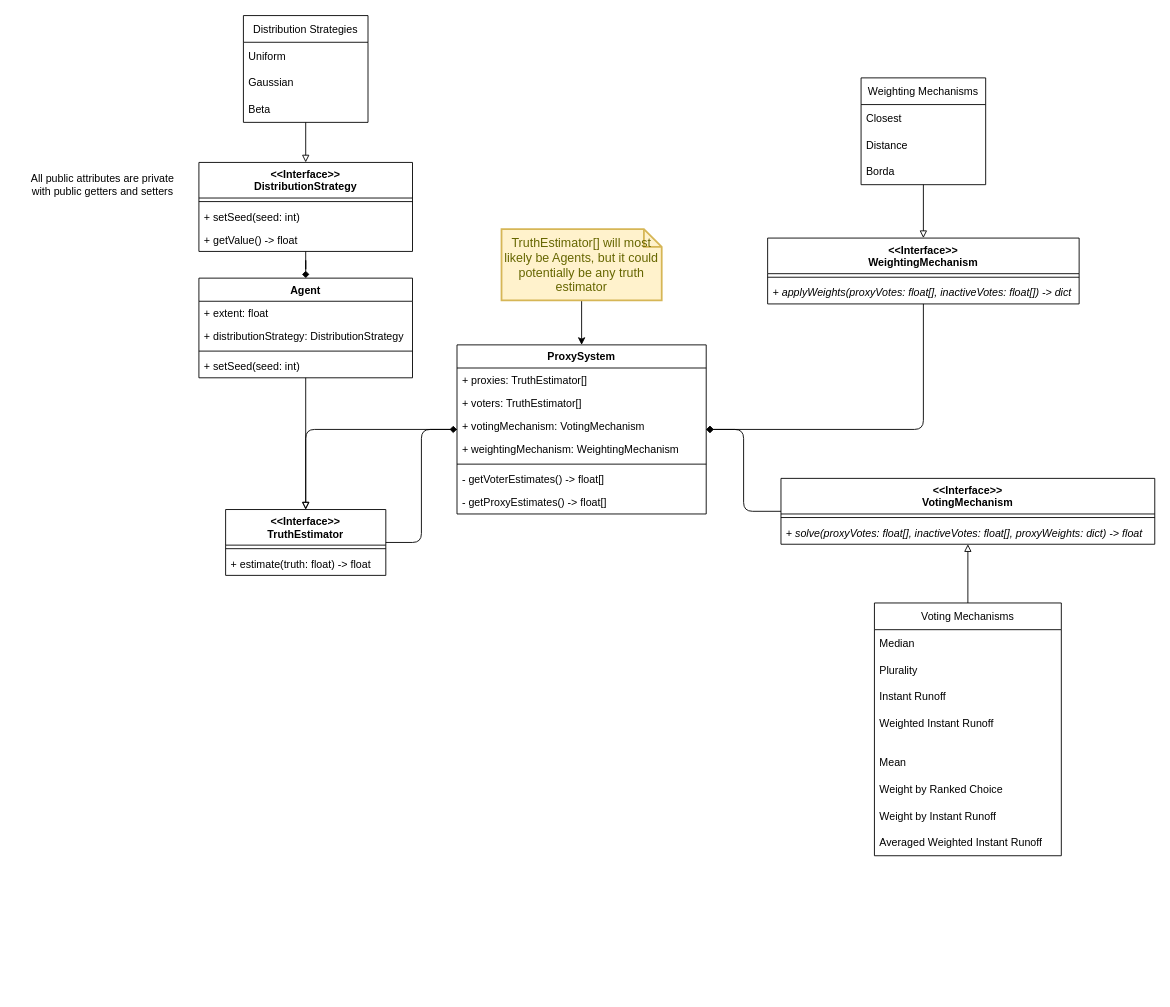
Above: content/figures/ProxyVotingSystem.drawio in TheMikeste1/Proxy-Voting-Coordination-Mechanisms (draw.io), before the change. Source tidied: cells renumbered, new cells numbered last; positions are measured from the earlier drawing's top-left corner, leaving out a move shared by most shapes. Both pictures are drawn from the tidied source at 89%, with x=0, y=0 at pixel (24, 15).
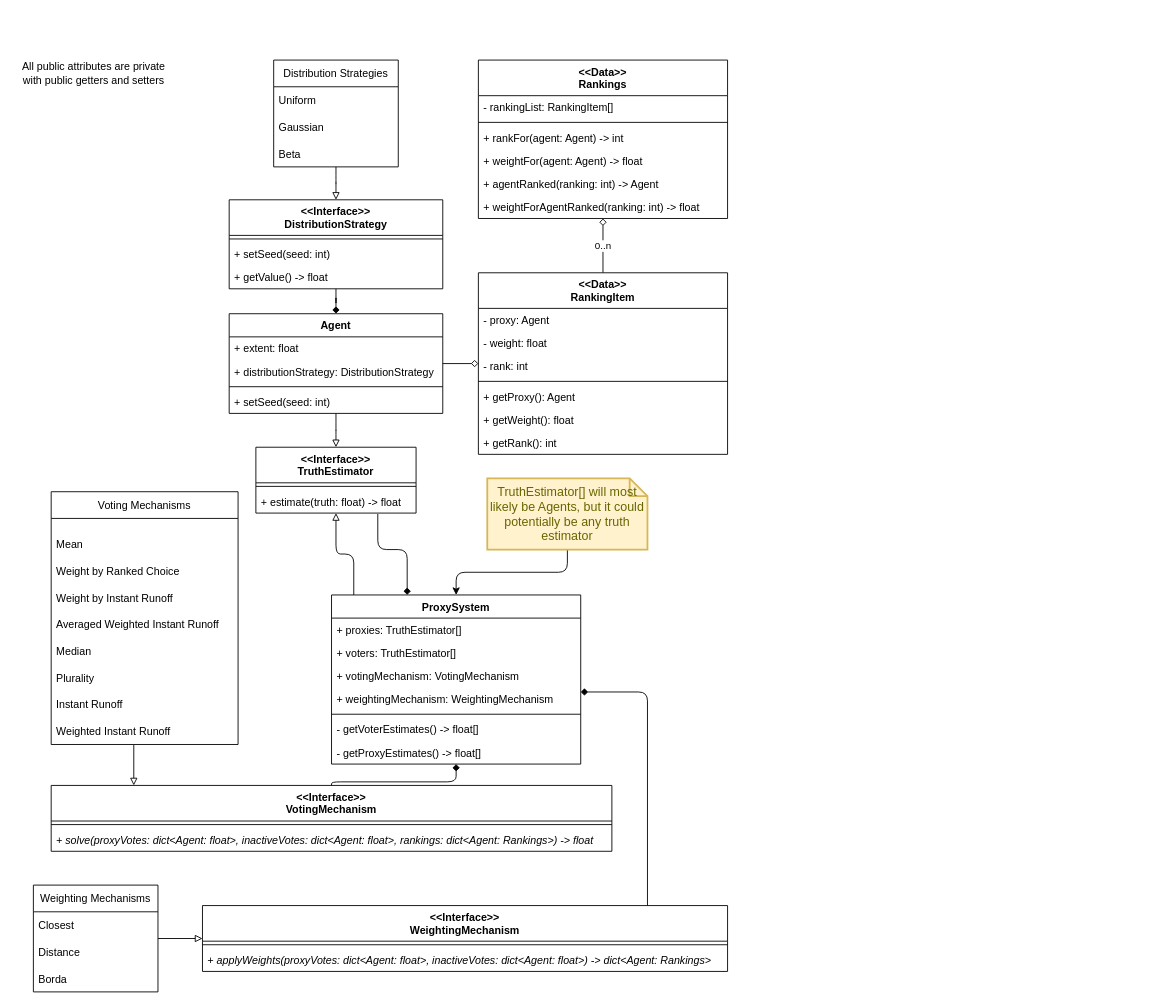
After the change.

Commit message:
Added Ranking and RankingItem to UML

The change refers to these unchanged cells:
```xml
<mxCell id="17" value="+ estimate(truth: float) -&gt; float" style="text;strokeColor=none;fillColor=none;align=left;verticalAlign=top;spacingLeft=4;spacingRight=4;overflow=hidden;points=[[0,0.5],[1,0.5]];portConstraint=eastwest;rounded=0;" parent="15" vertex="1">
  <mxGeometry y="48" width="180" height="26" as="geometry" />
</mxCell>
```

What changed in the source:
```diff
@@
-    <mxCell id="2" style="edgeStyle=orthogonalEdgeStyle;rounded=0;jettySize=auto;html=1;endArrow=diamond;endFill=1;" parent="1" edge="1" source="11" target="4">
+    <mxCell id="2" style="edgeStyle=orthogonalEdgeStyle;rounded=1;jettySize=auto;html=1;endArrow=diamond;endFill=1;jumpStyle=arc;" parent="1" edge="1" source="11" target="4">
       <mxGeometry relative="1" as="geometry" />
     </mxCell>
-    <mxCell id="3" style="edgeStyle=orthogonalEdgeStyle;jettySize=auto;html=1;entryDx=0;entryDy=0;endArrow=block;endFill=0;" parent="1" edge="1" source="4" target="15">
+    <mxCell id="3" style="edgeStyle=orthogonalEdgeStyle;jettySize=auto;html=1;entryDx=0;entryDy=0;endArrow=block;endFill=0;rounded=1;jumpStyle=arc;" parent="1" edge="1" source="4" target="15">
       <mxGeometry relative="1" as="geometry" />
     </mxCell>
     <mxCell id="4" value="Agent" style="swimlane;fontStyle=1;align=center;verticalAlign=top;horizontal=1;startSize=26;rounded=0;" parent="1" vertex="1">
-      <mxGeometry x="196" y="295" width="240" height="112" as="geometry" />
+      <mxGeometry x="230" y="335" width="240" height="112" as="geometry" />
     </mxCell>
@@
     <mxCell id="9" value="All public attributes are private with public getters and setters" style="text;html=1;strokeColor=none;fillColor=none;align=center;verticalAlign=middle;whiteSpace=wrap;rounded=0;" parent="1" vertex="1">
-      <mxGeometry y="175" width="176" height="30" as="geometry" />
+      <mxGeometry x="-10" y="50" width="176" height="30" as="geometry" />
     </mxCell>
-    <mxCell id="10" style="edgeStyle=orthogonalEdgeStyle;rounded=1;jettySize=auto;html=1;endArrow=block;endFill=0;strokeColor=default;" parent="1" edge="1" source="30" target="11">
+    <mxCell id="10" style="edgeStyle=orthogonalEdgeStyle;rounded=1;jettySize=auto;html=1;endArrow=block;endFill=0;strokeColor=default;jumpStyle=arc;" parent="1" edge="1" source="30" target="11">
       <mxGeometry relative="1" as="geometry" />
     </mxCell>
     <mxCell id="11" value="&lt;&lt;Interface&gt;&gt;&#10;DistributionStrategy" style="swimlane;fontStyle=1;align=center;verticalAlign=top;horizontal=1;startSize=40;rounded=0;" parent="1" vertex="1">
-      <mxGeometry x="196" y="165" width="240" height="100" as="geometry" />
+      <mxGeometry x="230" y="207" width="240" height="100" as="geometry" />
     </mxCell>
@@
     <mxCell id="15" value="&lt;&lt;Interface&gt;&gt;&#10;TruthEstimator" style="swimlane;fontStyle=1;align=center;verticalAlign=top;horizontal=1;startSize=40;rounded=0;" parent="1" vertex="1">
-      <mxGeometry x="226" y="555" width="180" height="74" as="geometry" />
+      <mxGeometry x="260" y="485" width="180" height="74" as="geometry" />
     </mxCell>
@@
-    <mxCell id="18" style="edgeStyle=orthogonalEdgeStyle;jettySize=auto;html=1;endArrow=block;endFill=0;entryX=0.5;entryY=0;entryDx=0;entryDy=0;" parent="1" edge="1" source="20" target="15">
-      <mxGeometry relative="1" as="geometry" />
+    <mxCell id="18" style="edgeStyle=orthogonalEdgeStyle;jettySize=auto;html=1;endArrow=block;endFill=0;rounded=1;jumpStyle=arc;" parent="1" edge="1" source="20" target="15">
+      <mxGeometry relative="1" as="geometry">
+        <Array as="points">
+          <mxPoint x="370" y="605" />
+          <mxPoint x="350" y="605" />
+        </Array>
+      </mxGeometry>
     </mxCell>
-    <mxCell id="19" style="edgeStyle=orthogonalEdgeStyle;rounded=1;jettySize=auto;html=1;endArrow=diamond;endFill=1;strokeColor=default;exitX=1;exitY=0.5;exitDx=0;exitDy=0;" parent="1" edge="1" source="15" target="20">
-      <mxGeometry relative="1" as="geometry" />
+    <mxCell id="19" style="edgeStyle=orthogonalEdgeStyle;rounded=1;jettySize=auto;html=1;endArrow=diamond;endFill=1;strokeColor=default;exitX=0.761;exitY=1.038;exitDx=0;exitDy=0;exitPerimeter=0;jumpStyle=arc;" parent="1" edge="1" source="17" target="20">
+      <mxGeometry relative="1" as="geometry">
+        <Array as="points">
+          <mxPoint x="397" y="600" />
+          <mxPoint x="430" y="600" />
+        </Array>
+      </mxGeometry>
     </mxCell>
     <mxCell id="20" value="ProxySystem" style="swimlane;fontStyle=1;align=center;verticalAlign=top;horizontal=1;startSize=26;" parent="1" vertex="1">
-      <mxGeometry x="486" y="370" width="280" height="190" as="geometry" />
+      <mxGeometry x="345" y="651" width="280" height="190" as="geometry" />
     </mxCell>
@@
-    <mxCell id="28" style="edgeStyle=orthogonalEdgeStyle;jettySize=auto;html=1;endArrow=classic;endFill=1;" parent="1" edge="1" source="29" target="20">
+    <mxCell id="28" style="edgeStyle=orthogonalEdgeStyle;jettySize=auto;html=1;endArrow=classic;endFill=1;rounded=1;jumpStyle=arc;" parent="1" edge="1" source="29" target="20">
       <mxGeometry relative="1" as="geometry" />
     </mxCell>
     <mxCell id="29" value="TruthEstimator[] will most likely be Agents, but it could potentially be any truth estimator" style="shape=note;strokeWidth=2;fontSize=14;size=20;whiteSpace=wrap;html=1;fillColor=#fff2cc;strokeColor=#d6b656;fontColor=#666600;" parent="1" vertex="1">
-      <mxGeometry x="536" y="240" width="180" height="80" as="geometry" />
+      <mxGeometry x="520" y="520" width="180" height="80" as="geometry" />
     </mxCell>
     <mxCell id="30" value="Distribution Strategies" style="swimlane;fontStyle=0;horizontal=1;startSize=30;labelBorderColor=none;" parent="1" vertex="1">
-      <mxGeometry x="246" width="140" height="120" as="geometry" />
+      <mxGeometry x="280" y="50" width="140" height="120" as="geometry" />
     </mxCell>
@@
     <mxCell id="34" value="&lt;&lt;Interface&gt;&gt;&#10;VotingMechanism" style="swimlane;fontStyle=1;align=center;verticalAlign=top;horizontal=1;startSize=40;rounded=0;" parent="1" vertex="1">
-      <mxGeometry x="850" y="520" width="420" height="74" as="geometry" />
+      <mxGeometry x="30" y="865" width="630" height="74" as="geometry" />
     </mxCell>
     <mxCell id="35" style="line;strokeWidth=1;fillColor=none;align=left;verticalAlign=middle;spacingTop=-1;spacingLeft=3;spacingRight=3;labelPosition=right;rounded=0;" parent="34" vertex="1">
-      <mxGeometry y="40" width="420" height="8" as="geometry" />
+      <mxGeometry y="40" width="630" height="8" as="geometry" />
     </mxCell>
-    <mxCell id="36" value="+ solve(proxyVotes: float[], inactiveVotes: float[], proxyWeights: dict) -&gt; float" style="text;strokeColor=none;fillColor=none;align=left;verticalAlign=top;spacingLeft=4;spacingRight=4;overflow=hidden;rounded=0;fontStyle=2;" parent="34" vertex="1">
-      <mxGeometry y="48" width="420" height="26" as="geometry" />
+    <mxCell id="36" value="+ solve(proxyVotes: dict&lt;Agent: float&gt;, inactiveVotes: dict&lt;Agent: float&gt;, rankings: dict&lt;Agent: Rankings&gt;) -&gt; float" style="text;strokeColor=none;fillColor=none;align=left;verticalAlign=top;spacingLeft=4;spacingRight=4;overflow=hidden;rounded=0;fontStyle=2;" parent="34" vertex="1">
+      <mxGeometry y="48" width="630" height="26" as="geometry" />
     </mxCell>
     <mxCell id="37" value="&lt;&lt;Interface&gt;&gt;&#10;WeightingMechanism" style="swimlane;fontStyle=1;align=center;verticalAlign=top;horizontal=1;startSize=40;rounded=0;" parent="1" vertex="1">
-      <mxGeometry x="835" y="250" width="350" height="74" as="geometry" />
+      <mxGeometry x="200" y="1000" width="590" height="74" as="geometry" />
     </mxCell>
     <mxCell id="38" style="line;strokeWidth=1;fillColor=none;align=left;verticalAlign=middle;spacingTop=-1;spacingLeft=3;spacingRight=3;labelPosition=right;rounded=0;" parent="37" vertex="1">
-      <mxGeometry y="40" width="350" height="8" as="geometry" />
+      <mxGeometry y="40" width="590" height="8" as="geometry" />
     </mxCell>
-    <mxCell id="39" value="+ applyWeights(proxyVotes: float[], inactiveVotes: float[]) -&gt; dict" style="text;strokeColor=none;fillColor=none;align=left;verticalAlign=top;spacingLeft=4;spacingRight=4;overflow=hidden;rounded=0;fontStyle=2;" parent="37" vertex="1">
-      <mxGeometry y="48" width="350" height="26" as="geometry" />
+    <mxCell id="39" value="+ applyWeights(proxyVotes: dict&lt;Agent: float&gt;, inactiveVotes: dict&lt;Agent: float&gt;) -&gt; dict&lt;Agent: Rankings&gt;" style="text;strokeColor=none;fillColor=none;align=left;verticalAlign=top;spacingLeft=4;spacingRight=4;overflow=hidden;rounded=0;fontStyle=2;" parent="37" vertex="1">
+      <mxGeometry y="48" width="590" height="26" as="geometry" />
     </mxCell>
-    <mxCell id="40" style="edgeStyle=orthogonalEdgeStyle;rounded=1;jettySize=auto;html=1;endArrow=none;endFill=0;strokeColor=default;startArrow=diamond;startFill=1;" parent="1" edge="1" source="20" target="34">
+    <mxCell id="40" style="edgeStyle=orthogonalEdgeStyle;rounded=1;jettySize=auto;html=1;endArrow=none;endFill=0;strokeColor=default;startArrow=diamond;startFill=1;jumpStyle=arc;" parent="1" edge="1" source="20" target="34">
       <mxGeometry relative="1" as="geometry" />
     </mxCell>
-    <mxCell id="41" style="edgeStyle=orthogonalEdgeStyle;rounded=1;jettySize=auto;html=1;endArrow=none;endFill=0;strokeColor=default;startArrow=diamond;startFill=1;" parent="1" edge="1" source="20" target="37">
-      <mxGeometry relative="1" as="geometry" />
+    <mxCell id="41" style="edgeStyle=orthogonalEdgeStyle;rounded=1;jettySize=auto;html=1;endArrow=none;endFill=0;strokeColor=default;startArrow=diamond;startFill=1;jumpStyle=arc;" parent="1" edge="1" source="20" target="37">
+      <mxGeometry relative="1" as="geometry">
+        <Array as="points">
+          <mxPoint x="700" y="760" />
+        </Array>
+      </mxGeometry>
     </mxCell>
     <mxCell id="42" value="Weighting Mechanisms" style="swimlane;fontStyle=0;horizontal=1;startSize=30;labelBorderColor=none;" parent="1" vertex="1">
-      <mxGeometry x="940" y="70" width="140" height="120" as="geometry" />
+      <mxGeometry x="10" y="977" width="140" height="120" as="geometry" />
     </mxCell>
@@
     <mxCell id="46" value="Voting Mechanisms" style="swimlane;fontStyle=0;horizontal=1;startSize=30;labelBorderColor=none;" parent="1" vertex="1">
-      <mxGeometry x="955" y="660" width="210" height="284" as="geometry" />
+      <mxGeometry x="30" y="535" width="210" height="284" as="geometry" />
     </mxCell>
-    <mxCell id="47" value="Median" style="text;strokeColor=none;fillColor=none;align=left;verticalAlign=middle;spacingLeft=4;spacingRight=4;overflow=hidden;labelBorderColor=none;" parent="46" vertex="1">
-      <mxGeometry y="30" width="210" height="30" as="geometry" />
-    </mxCell>
-    <mxCell id="48" value="Plurality" style="text;strokeColor=none;fillColor=none;align=left;verticalAlign=middle;spacingLeft=4;spacingRight=4;overflow=hidden;labelBorderColor=none;" parent="46" vertex="1">
-      <mxGeometry y="60" width="210" height="30" as="geometry" />
-    </mxCell>
-    <mxCell id="49" value="Instant Runoff" style="text;strokeColor=none;fillColor=none;align=left;verticalAlign=middle;spacingLeft=4;spacingRight=4;overflow=hidden;labelBorderColor=none;" parent="46" vertex="1">
-      <mxGeometry y="90" width="210" height="30" as="geometry" />
-    </mxCell>
-    <mxCell id="50" value="Weighted Instant Runoff" style="text;strokeColor=none;fillColor=none;align=left;verticalAlign=middle;spacingLeft=4;spacingRight=4;overflow=hidden;points=[[0,0.5],[1,0.5]];portConstraint=eastwest;" parent="46" vertex="1">
-      <mxGeometry y="120" width="210" height="30" as="geometry" />
-    </mxCell>
     <mxCell id="51" style="text;strokeColor=none;fillColor=none;align=left;verticalAlign=middle;spacingTop=-1;spacingLeft=4;spacingRight=4;labelPosition=right;" parent="46" vertex="1">
-      <mxGeometry y="150" width="210" height="14" as="geometry" />
+      <mxGeometry y="30" width="210" height="14" as="geometry" />
     </mxCell>
     <mxCell id="52" value="Mean" style="text;strokeColor=none;fillColor=none;align=left;verticalAlign=middle;spacingLeft=4;spacingRight=4;overflow=hidden;" parent="46" vertex="1">
-      <mxGeometry y="164" width="210" height="30" as="geometry" />
+      <mxGeometry y="44" width="210" height="30" as="geometry" />
     </mxCell>
     <mxCell id="53" value="Weight by Ranked Choice" style="text;strokeColor=none;fillColor=none;align=left;verticalAlign=middle;spacingLeft=4;spacingRight=4;overflow=hidden;" parent="46" vertex="1">
-      <mxGeometry y="194" width="210" height="30" as="geometry" />
+      <mxGeometry y="74" width="210" height="30" as="geometry" />
     </mxCell>
     <mxCell id="54" value="Weight by Instant Runoff" style="text;strokeColor=none;fillColor=none;align=left;verticalAlign=middle;spacingLeft=4;spacingRight=4;overflow=hidden;" parent="46" vertex="1">
-      <mxGeometry y="224" width="210" height="30" as="geometry" />
+      <mxGeometry y="104" width="210" height="30" as="geometry" />
     </mxCell>
     <mxCell id="55" value="Averaged Weighted Instant Runoff" style="text;strokeColor=none;fillColor=none;align=left;verticalAlign=middle;spacingLeft=4;spacingRight=4;overflow=hidden;" parent="46" vertex="1">
-      <mxGeometry y="254" width="210" height="30" as="geometry" />
+      <mxGeometry y="134" width="210" height="30" as="geometry" />
     </mxCell>
+    <mxCell id="47" value="Median" style="text;strokeColor=none;fillColor=none;align=left;verticalAlign=middle;spacingLeft=4;spacingRight=4;overflow=hidden;labelBorderColor=none;" parent="46" vertex="1">
+      <mxGeometry y="164" width="210" height="30" as="geometry" />
+    </mxCell>
+    <mxCell id="48" value="Plurality" style="text;strokeColor=none;fillColor=none;align=left;verticalAlign=middle;spacingLeft=4;spacingRight=4;overflow=hidden;labelBorderColor=none;" parent="46" vertex="1">
+      <mxGeometry y="194" width="210" height="30" as="geometry" />
+    </mxCell>
+    <mxCell id="49" value="Instant Runoff" style="text;strokeColor=none;fillColor=none;align=left;verticalAlign=middle;spacingLeft=4;spacingRight=4;overflow=hidden;labelBorderColor=none;" parent="46" vertex="1">
+      <mxGeometry y="224" width="210" height="30" as="geometry" />
+    </mxCell>
+    <mxCell id="50" value="Weighted Instant Runoff" style="text;strokeColor=none;fillColor=none;align=left;verticalAlign=middle;spacingLeft=4;spacingRight=4;overflow=hidden;points=[[0,0.5],[1,0.5]];portConstraint=eastwest;" parent="46" vertex="1">
+      <mxGeometry y="254" width="210" height="30" as="geometry" />
+    </mxCell>
-    <mxCell id="56" style="edgeStyle=orthogonalEdgeStyle;rounded=0;jettySize=auto;html=1;endArrow=block;endFill=0;" parent="1" edge="1" source="46" target="34">
-      <mxGeometry relative="1" as="geometry" />
+    <mxCell id="56" style="edgeStyle=orthogonalEdgeStyle;rounded=1;jettySize=auto;html=1;endArrow=block;endFill=0;exitX=0.442;exitY=1.02;exitDx=0;exitDy=0;exitPerimeter=0;jumpStyle=arc;" parent="1" edge="1" source="50" target="34">
+      <mxGeometry relative="1" as="geometry">
+        <Array as="points">
+          <mxPoint x="123" y="910" />
+        </Array>
+      </mxGeometry>
     </mxCell>
-    <mxCell id="57" style="edgeStyle=orthogonalEdgeStyle;rounded=0;jettySize=auto;html=1;endArrow=block;endFill=0;" parent="1" edge="1" source="42" target="37">
+    <mxCell id="57" style="edgeStyle=orthogonalEdgeStyle;rounded=1;jettySize=auto;html=1;endArrow=block;endFill=0;jumpStyle=arc;" parent="1" edge="1" source="42" target="37">
       <mxGeometry relative="1" as="geometry" />
     </mxCell>
+    <mxCell id="58" value="0..n" style="edgeStyle=orthogonalEdgeStyle;rounded=1;jettySize=auto;html=1;startArrow=diamond;startFill=0;endArrow=none;endFill=0;jumpStyle=arc;" parent="1" edge="1" source="59" target="67">
+      <mxGeometry relative="1" as="geometry" />
+    </mxCell>
+    <mxCell id="59" value="&lt;&lt;Data&gt;&gt;&#10;Rankings" style="swimlane;fontStyle=1;align=center;verticalAlign=top;horizontal=1;startSize=40;" parent="1" vertex="1">
+      <mxGeometry x="510" y="50" width="280" height="178" as="geometry" />
+    </mxCell>
+    <mxCell id="60" value="- rankingList: RankingItem[]" style="text;strokeColor=none;fillColor=none;align=left;verticalAlign=top;spacingLeft=4;spacingRight=4;overflow=hidden;" parent="59" vertex="1">
+      <mxGeometry y="40" width="280" height="26" as="geometry" />
+    </mxCell>
+    <mxCell id="61" style="line;strokeWidth=1;fillColor=none;align=left;verticalAlign=middle;spacingTop=-1;spacingLeft=3;spacingRight=3;labelPosition=right;" parent="59" vertex="1">
+      <mxGeometry y="66" width="280" height="8" as="geometry" />
+    </mxCell>
+    <mxCell id="62" value="+ rankFor(agent: Agent) -&gt; int" style="text;strokeColor=none;fillColor=none;align=left;verticalAlign=top;spacingLeft=4;spacingRight=4;overflow=hidden;" parent="59" vertex="1">
+      <mxGeometry y="74" width="280" height="26" as="geometry" />
+    </mxCell>
+    <mxCell id="63" value="+ weightFor(agent: Agent) -&gt; float" style="text;strokeColor=none;fillColor=none;align=left;verticalAlign=top;spacingLeft=4;spacingRight=4;overflow=hidden;" parent="59" vertex="1">
+      <mxGeometry y="100" width="280" height="26" as="geometry" />
+    </mxCell>
+    <mxCell id="64" value="+ agentRanked(ranking: int) -&gt; Agent" style="text;strokeColor=none;fillColor=none;align=left;verticalAlign=top;spacingLeft=4;spacingRight=4;overflow=hidden;" parent="59" vertex="1">
+      <mxGeometry y="126" width="280" height="26" as="geometry" />
+    </mxCell>
+    <mxCell id="65" value="+ weightForAgentRanked(ranking: int) -&gt; float" style="text;strokeColor=none;fillColor=none;align=left;verticalAlign=top;spacingLeft=4;spacingRight=4;overflow=hidden;" parent="59" vertex="1">
+      <mxGeometry y="152" width="280" height="26" as="geometry" />
+    </mxCell>
+    <mxCell id="66" style="edgeStyle=orthogonalEdgeStyle;rounded=1;jettySize=auto;html=1;startArrow=diamond;startFill=0;endArrow=none;endFill=0;jumpStyle=arc;" parent="1" edge="1" source="67" target="4">
+      <mxGeometry relative="1" as="geometry" />
+    </mxCell>
+    <mxCell id="67" value="&lt;&lt;Data&gt;&gt;&#10;RankingItem" style="swimlane;fontStyle=1;align=center;verticalAlign=top;horizontal=1;startSize=40;" parent="1" vertex="1">
+      <mxGeometry x="510" y="289" width="280" height="204" as="geometry" />
+    </mxCell>
+    <mxCell id="68" value="- proxy: Agent" style="text;strokeColor=none;fillColor=none;align=left;verticalAlign=top;spacingLeft=4;spacingRight=4;overflow=hidden;" parent="67" vertex="1">
+      <mxGeometry y="40" width="280" height="26" as="geometry" />
+    </mxCell>
+    <mxCell id="69" value="- weight: float" style="text;strokeColor=none;fillColor=none;align=left;verticalAlign=top;spacingLeft=4;spacingRight=4;overflow=hidden;" parent="67" vertex="1">
+      <mxGeometry y="66" width="280" height="26" as="geometry" />
+    </mxCell>
+    <mxCell id="70" value="- rank: int" style="text;strokeColor=none;fillColor=none;align=left;verticalAlign=top;spacingLeft=4;spacingRight=4;overflow=hidden;" parent="67" vertex="1">
+      <mxGeometry y="92" width="280" height="26" as="geometry" />
+    </mxCell>
+    <mxCell id="71" style="line;strokeWidth=1;fillColor=none;align=left;verticalAlign=middle;spacingTop=-1;spacingLeft=3;spacingRight=3;labelPosition=right;" parent="67" vertex="1">
+      <mxGeometry y="118" width="280" height="8" as="geometry" />
+    </mxCell>
+    <mxCell id="72" value="+ getProxy(): Agent" style="text;strokeColor=none;fillColor=none;align=left;verticalAlign=top;spacingLeft=4;spacingRight=4;overflow=hidden;" parent="67" vertex="1">
+      <mxGeometry y="126" width="280" height="26" as="geometry" />
+    </mxCell>
+    <mxCell id="73" value="+ getWeight(): float" style="text;strokeColor=none;fillColor=none;align=left;verticalAlign=top;spacingLeft=4;spacingRight=4;overflow=hidden;" parent="67" vertex="1">
+      <mxGeometry y="152" width="280" height="26" as="geometry" />
+    </mxCell>
+    <mxCell id="74" value="+ getRank(): int" style="text;strokeColor=none;fillColor=none;align=left;verticalAlign=top;spacingLeft=4;spacingRight=4;overflow=hidden;" parent="67" vertex="1">
+      <mxGeometry y="178" width="280" height="26" as="geometry" />
+    </mxCell>
```
